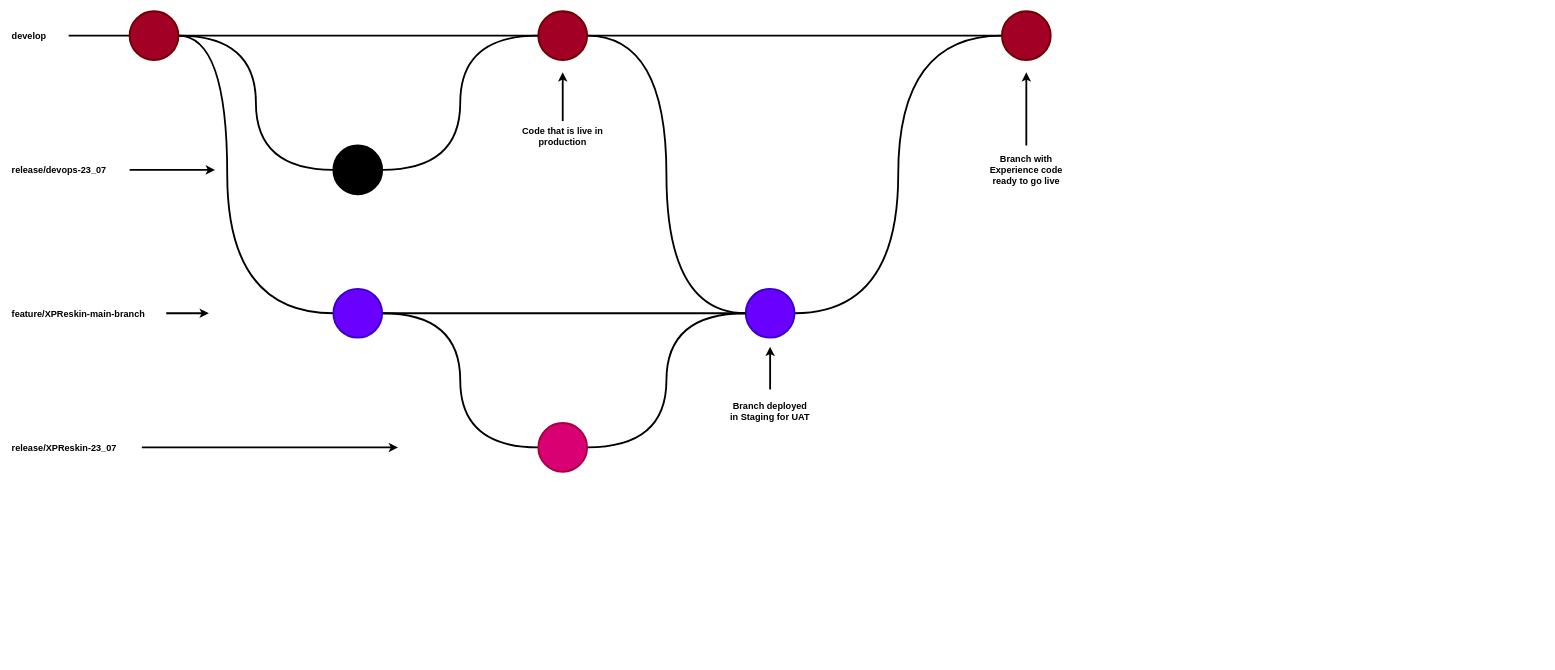
The draw.io diagram XPReskin-branching.drawio in pettll/diagrams, before the edit. Source tidied: cells renumbered, new cells numbered last; positions are measured from the earlier drawing's top-left corner, leaving out a move shared by most shapes. Both pictures are drawn from the tidied source at 61%, with x=0, y=0 at pixel (10, 11).
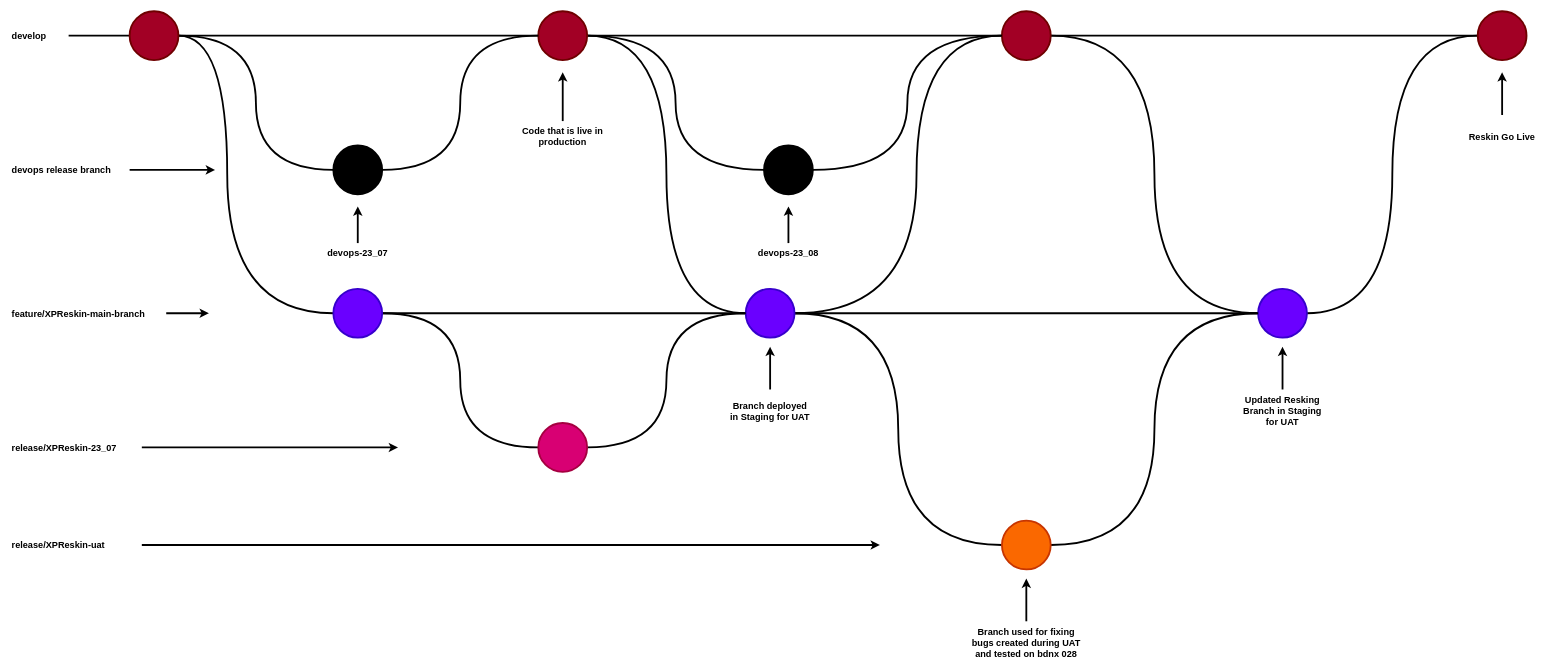
The same page after the edit.

The change refers to these unchanged cells:
```xml
<mxCell id="9" style="ellipse;whiteSpace=wrap;html=1;fillColor=#a20025;fontColor=#ffffff;strokeColor=#6F0000;strokeWidth=3;fontStyle=1;fontSize=15;" parent="1" vertex="1">
  <mxGeometry x="865" width="80" height="80" as="geometry" />
</mxCell>
<mxCell id="23" style="ellipse;whiteSpace=wrap;html=1;fillColor=#6a00ff;fontColor=#ffffff;strokeColor=#3700CC;strokeWidth=3;fontStyle=1;fontSize=15;" parent="1" vertex="1">
  <mxGeometry x="1205" y="455" width="80" height="80" as="geometry" />
</mxCell>
<mxCell id="26" style="ellipse;whiteSpace=wrap;html=1;fillColor=#a20025;fontColor=#ffffff;strokeColor=#6F0000;strokeWidth=3;fontStyle=1;fontSize=15;" parent="1" vertex="1">
  <mxGeometry x="1625" width="80" height="80" as="geometry" />
</mxCell>
```

What changed in the source:
```diff
@@
+    <mxCell id="33" style="edgeStyle=orthogonalEdgeStyle;rounded=0;jettySize=auto;html=1;entryX=0;entryY=0.5;entryDx=0;entryDy=0;curved=1;strokeWidth=3;endArrow=none;endFill=0;" parent="1" edge="1" source="9" target="41">
+      <mxGeometry relative="1" as="geometry" />
+    </mxCell>
@@
-    <mxCell id="14" value="release/devops-23_07" style="text;strokeColor=none;align=left;fillColor=none;html=1;verticalAlign=middle;whiteSpace=wrap;rounded=0;strokeWidth=3;fontStyle=1;fontSize=15;" parent="1" vertex="1">
+    <mxCell id="14" value="devops release branch" style="text;strokeColor=none;align=left;fillColor=none;html=1;verticalAlign=middle;whiteSpace=wrap;rounded=0;strokeWidth=3;fontStyle=1;fontSize=15;" parent="1" vertex="1">
       <mxGeometry y="245" width="195" height="30" as="geometry" />
     </mxCell>
@@
     <mxCell id="22" style="edgeStyle=orthogonalEdgeStyle;rounded=0;jettySize=auto;html=1;entryX=0;entryY=0.5;entryDx=0;entryDy=0;curved=1;endArrow=none;endFill=0;strokeWidth=3;fontStyle=1;fontSize=15;" parent="1" edge="1" source="23" target="26">
-      <mxGeometry relative="1" as="geometry" />
+      <mxGeometry relative="1" as="geometry">
+        <Array as="points">
+          <mxPoint x="1485" y="495" />
+          <mxPoint x="1485" y="40" />
+        </Array>
+      </mxGeometry>
     </mxCell>
+    <mxCell id="34" style="edgeStyle=orthogonalEdgeStyle;rounded=0;jettySize=auto;html=1;strokeWidth=3;endArrow=none;endFill=0;" parent="1" edge="1" source="23" target="45">
+      <mxGeometry relative="1" as="geometry" />
+    </mxCell>
+    <mxCell id="35" style="edgeStyle=orthogonalEdgeStyle;rounded=0;jettySize=auto;html=1;entryX=0;entryY=0.5;entryDx=0;entryDy=0;endArrow=none;endFill=0;curved=1;strokeWidth=3;" parent="1" edge="1" source="23" target="50">
+      <mxGeometry relative="1" as="geometry" />
+    </mxCell>
@@
+    <mxCell id="36" style="edgeStyle=orthogonalEdgeStyle;rounded=0;jettySize=auto;html=1;entryX=0;entryY=0.5;entryDx=0;entryDy=0;curved=1;strokeWidth=3;endArrow=none;endFill=0;" parent="1" edge="1" source="26" target="45">
+      <mxGeometry relative="1" as="geometry" />
+    </mxCell>
+    <mxCell id="37" style="edgeStyle=orthogonalEdgeStyle;rounded=0;jettySize=auto;html=1;endArrow=none;endFill=0;strokeWidth=3;" parent="1" edge="1" source="26" target="48">
+      <mxGeometry relative="1" as="geometry" />
+    </mxCell>
@@
-    <mxCell id="29" style="edgeStyle=orthogonalEdgeStyle;rounded=0;orthogonalLoop=1;jettySize=auto;html=1;strokeWidth=3;fontStyle=1;fontSize=15;" parent="1" edge="1">
-      <mxGeometry relative="1" as="geometry">
-        <mxPoint x="1665" y="220" as="sourcePoint" />
-        <mxPoint x="1665" y="100" as="targetPoint" />
-      </mxGeometry>
-    </mxCell>
-    <mxCell id="30" value="Branch with Experience code ready to go live" style="text;html=1;strokeColor=none;fillColor=none;align=center;verticalAlign=middle;whiteSpace=wrap;rounded=0;strokeWidth=3;fontStyle=1;fontSize=15;" parent="1" vertex="1">
-      <mxGeometry x="1595" y="245" width="140" height="30" as="geometry" />
-    </mxCell>
@@
+    <mxCell id="38" style="edgeStyle=orthogonalEdgeStyle;rounded=0;jettySize=auto;html=1;strokeWidth=3;" parent="1" edge="1" source="39">
+      <mxGeometry relative="1" as="geometry">
+        <mxPoint x="569" y="320" as="targetPoint" />
+      </mxGeometry>
+    </mxCell>
+    <mxCell id="39" value="devops-23_07" style="text;html=1;strokeColor=none;fillColor=none;align=center;verticalAlign=middle;whiteSpace=wrap;rounded=0;strokeWidth=3;fontStyle=1;fontSize=15;" parent="1" vertex="1">
+      <mxGeometry x="499" y="380" width="140" height="30" as="geometry" />
+    </mxCell>
+    <mxCell id="40" style="edgeStyle=orthogonalEdgeStyle;rounded=0;jettySize=auto;html=1;entryX=0;entryY=0.5;entryDx=0;entryDy=0;curved=1;strokeWidth=3;endArrow=none;endFill=0;" parent="1" edge="1" source="41" target="26">
+      <mxGeometry relative="1" as="geometry" />
+    </mxCell>
+    <mxCell id="41" style="ellipse;whiteSpace=wrap;html=1;fillColor=#000000;fillStyle=solid;strokeWidth=3;fontStyle=1;fontSize=15;" parent="1" vertex="1">
+      <mxGeometry x="1235" y="220" width="80" height="80" as="geometry" />
+    </mxCell>
+    <mxCell id="42" style="edgeStyle=orthogonalEdgeStyle;rounded=0;jettySize=auto;html=1;strokeWidth=3;" parent="1" edge="1" source="43">
+      <mxGeometry relative="1" as="geometry">
+        <mxPoint x="1275" y="320" as="targetPoint" />
+      </mxGeometry>
+    </mxCell>
+    <mxCell id="43" value="devops-23_08" style="text;html=1;strokeColor=none;fillColor=none;align=center;verticalAlign=middle;whiteSpace=wrap;rounded=0;strokeWidth=3;fontStyle=1;fontSize=15;" parent="1" vertex="1">
+      <mxGeometry x="1205" y="380" width="140" height="30" as="geometry" />
+    </mxCell>
+    <mxCell id="44" style="edgeStyle=orthogonalEdgeStyle;rounded=0;jettySize=auto;html=1;entryX=0;entryY=0.5;entryDx=0;entryDy=0;curved=1;endArrow=none;endFill=0;strokeWidth=3;" parent="1" edge="1" source="45" target="48">
+      <mxGeometry relative="1" as="geometry" />
+    </mxCell>
+    <mxCell id="45" style="ellipse;whiteSpace=wrap;html=1;fillColor=#6a00ff;fontColor=#ffffff;strokeColor=#3700CC;strokeWidth=3;fontStyle=1;fontSize=15;" parent="1" vertex="1">
+      <mxGeometry x="2045" y="455" width="80" height="80" as="geometry" />
+    </mxCell>
+    <mxCell id="46" style="edgeStyle=orthogonalEdgeStyle;rounded=0;orthogonalLoop=1;jettySize=auto;html=1;strokeWidth=3;fontStyle=1;fontSize=15;" parent="1" edge="1">
+      <mxGeometry relative="1" as="geometry">
+        <mxPoint x="2085" y="620" as="sourcePoint" />
+        <mxPoint x="2085" y="550" as="targetPoint" />
+      </mxGeometry>
+    </mxCell>
+    <mxCell id="47" value="Updated Resking Branch in Staging for UAT" style="text;html=1;strokeColor=none;fillColor=none;align=center;verticalAlign=middle;whiteSpace=wrap;rounded=0;strokeWidth=3;fontStyle=1;fontSize=15;" parent="1" vertex="1">
+      <mxGeometry x="2015" y="640" width="140" height="30" as="geometry" />
+    </mxCell>
+    <mxCell id="48" style="ellipse;whiteSpace=wrap;html=1;fillColor=#a20025;fontColor=#ffffff;strokeColor=#6F0000;strokeWidth=3;fontStyle=1;fontSize=15;" parent="1" vertex="1">
+      <mxGeometry x="2405" width="80" height="80" as="geometry" />
+    </mxCell>
+    <mxCell id="49" style="edgeStyle=orthogonalEdgeStyle;rounded=0;jettySize=auto;html=1;entryX=0;entryY=0.5;entryDx=0;entryDy=0;endArrow=none;endFill=0;curved=1;strokeWidth=3;" parent="1" edge="1" source="50" target="45">
+      <mxGeometry relative="1" as="geometry" />
+    </mxCell>
+    <mxCell id="50" style="ellipse;whiteSpace=wrap;html=1;fillColor=#fa6800;fontColor=#000000;strokeColor=#C73500;strokeWidth=3;fontStyle=1;fontSize=15;" parent="1" vertex="1">
+      <mxGeometry x="1625" y="835" width="80" height="80" as="geometry" />
+    </mxCell>
+    <mxCell id="51" style="edgeStyle=orthogonalEdgeStyle;rounded=0;jettySize=auto;html=1;strokeWidth=3;fontStyle=1;fontSize=15;" parent="1" edge="1" source="52">
+      <mxGeometry relative="1" as="geometry">
+        <mxPoint x="1425" y="875" as="targetPoint" />
+      </mxGeometry>
+    </mxCell>
+    <mxCell id="52" value="release/XPReskin-uat" style="text;strokeColor=none;align=left;fillColor=none;html=1;verticalAlign=middle;whiteSpace=wrap;rounded=0;strokeWidth=3;fontStyle=1;fontSize=15;" parent="1" vertex="1">
+      <mxGeometry y="860" width="215" height="30" as="geometry" />
+    </mxCell>
+    <mxCell id="53" style="edgeStyle=orthogonalEdgeStyle;rounded=0;orthogonalLoop=1;jettySize=auto;html=1;strokeWidth=3;fontStyle=1;fontSize=15;" parent="1" edge="1">
+      <mxGeometry relative="1" as="geometry">
+        <mxPoint x="1665" y="1000" as="sourcePoint" />
+        <mxPoint x="1665" y="930" as="targetPoint" />
+      </mxGeometry>
+    </mxCell>
+    <mxCell id="54" value="Branch used for fixing bugs created during UAT and tested on bdnx 028" style="text;html=1;strokeColor=none;fillColor=none;align=center;verticalAlign=middle;whiteSpace=wrap;rounded=0;strokeWidth=3;fontStyle=1;fontSize=15;" parent="1" vertex="1">
+      <mxGeometry x="1565" y="1020" width="200" height="30" as="geometry" />
+    </mxCell>
+    <mxCell id="55" style="edgeStyle=orthogonalEdgeStyle;rounded=0;orthogonalLoop=1;jettySize=auto;html=1;strokeWidth=3;fontStyle=1;fontSize=15;" parent="1" edge="1">
+      <mxGeometry relative="1" as="geometry">
+        <mxPoint x="2445" y="170" as="sourcePoint" />
+        <mxPoint x="2445" y="100" as="targetPoint" />
+      </mxGeometry>
+    </mxCell>
+    <mxCell id="56" value="Reskin Go Live" style="text;html=1;strokeColor=none;fillColor=none;align=center;verticalAlign=middle;whiteSpace=wrap;rounded=0;strokeWidth=3;fontStyle=1;fontSize=15;" parent="1" vertex="1">
+      <mxGeometry x="2375" y="190" width="140" height="30" as="geometry" />
+    </mxCell>
```
